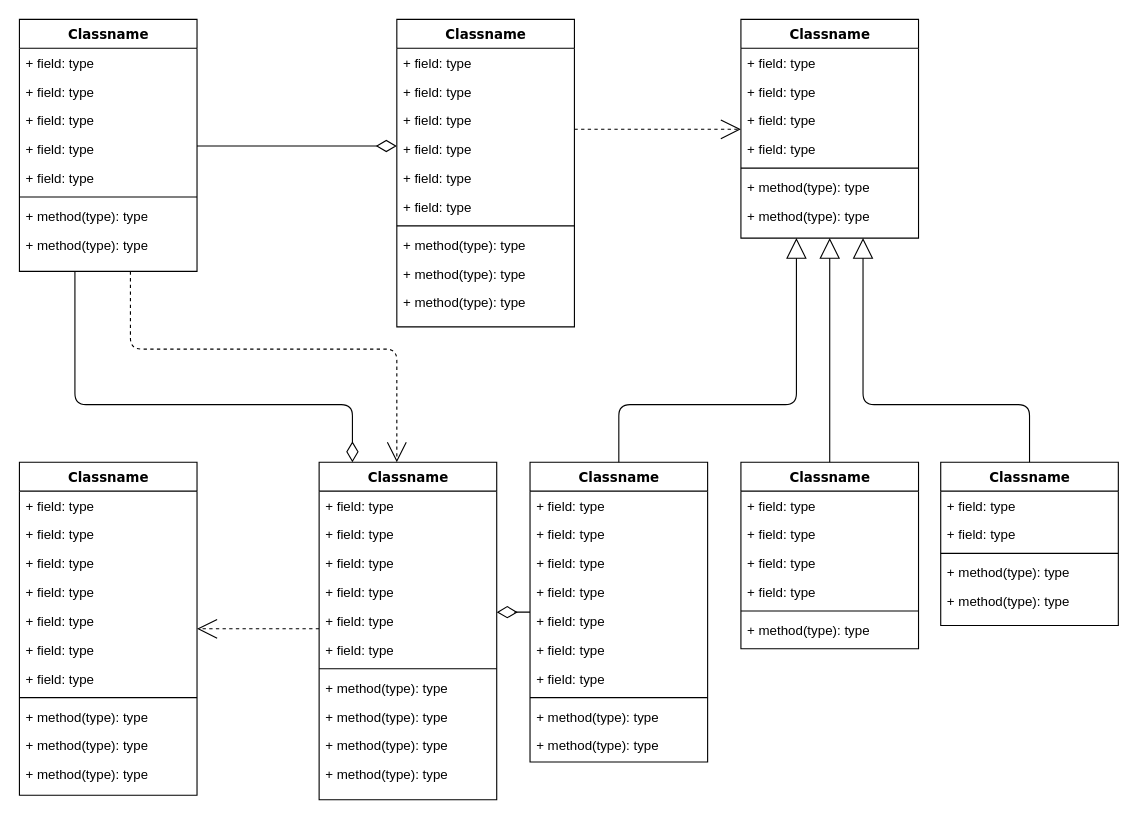
The draw.io diagram cliente.drawio in biacapist1224/Diagramas, before the edit. Source tidied: cells renumbered, new cells numbered last; positions are measured from the earlier drawing's top-left corner, leaving out a move shared by most shapes. Both pictures are drawn from the tidied source at 111%, with x=0, y=0 at pixel (19, 19).
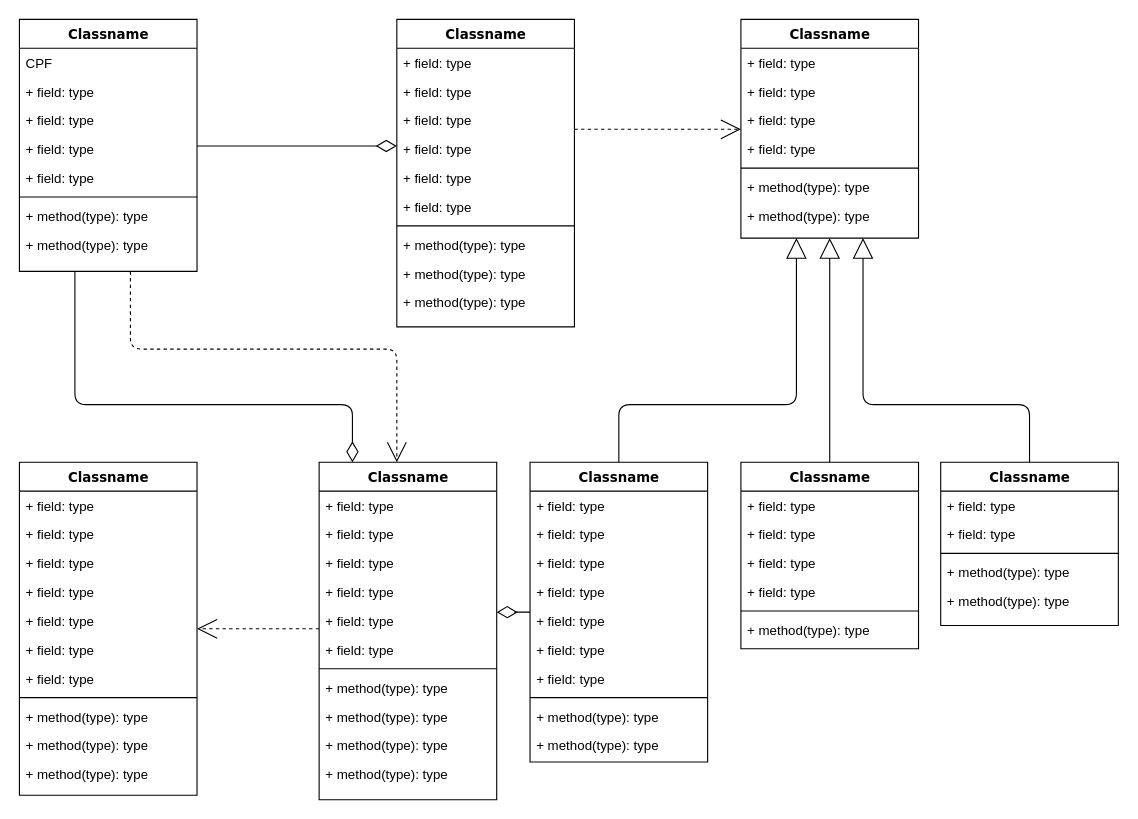
The same diagram, later.

The change refers to these unchanged cells:
```xml
<mxCell id="4" value="Classname" style="swimlane;html=1;fontStyle=1;align=center;verticalAlign=top;horizontal=1;startSize=26;swimlaneFillColor=#ffffff;rounded=0;shadow=0;comic=0;labelBackgroundColor=none;strokeWidth=1;fillColor=none;fontFamily=Verdana;fontSize=12;" parent="1" vertex="1">
  <mxGeometry width="160" height="227" as="geometry" />
</mxCell>
```

What changed in the source:
```diff
@@
-    <mxCell id="5" value="+ field: type" style="text;html=1;strokeColor=none;fillColor=none;align=left;verticalAlign=top;spacingLeft=4;spacingRight=4;whiteSpace=wrap;overflow=hidden;" parent="4" vertex="1">
+    <mxCell id="5" value="CPF" style="text;html=1;strokeColor=none;fillColor=none;align=left;verticalAlign=top;spacingLeft=4;spacingRight=4;whiteSpace=wrap;overflow=hidden;" parent="4" vertex="1">
       <mxGeometry y="26" width="160" height="26" as="geometry" />
     </mxCell>
```
